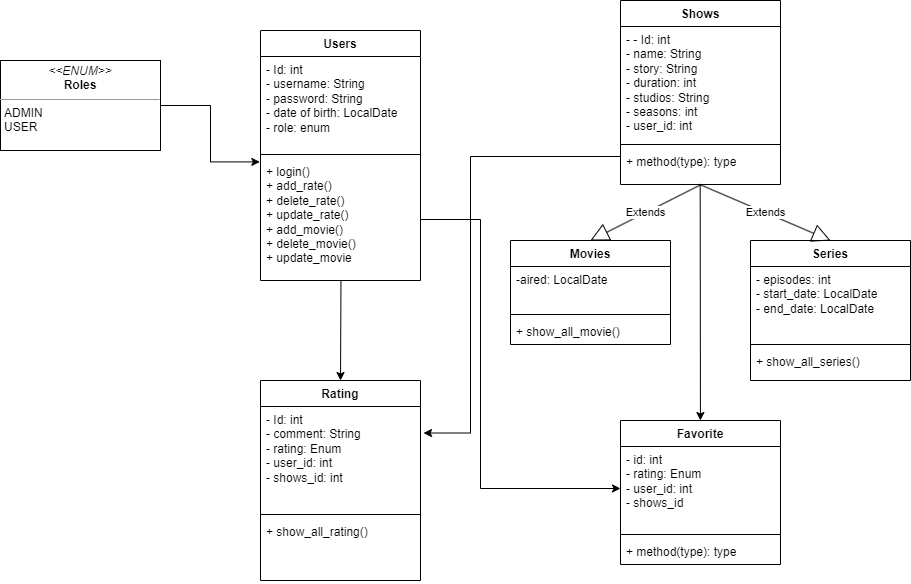
nawafaotayf/showslist-api keeps this draw.io diagram as classdiagram.png. Above is the earlier version. Source tidied: cells renumbered, new cells last; positions are measured from the earlier drawing's top-left corner, leaving out a move shared by most shapes. Its diagram source:
```xml
<mxGraphModel>
  <root>
    <mxCell id="0" />
    <mxCell id="1" parent="0" />
    <mxCell id="2" value="Users" style="swimlane;fontStyle=1;align=center;verticalAlign=top;horizontal=1;startSize=26;whiteSpace=wrap;html=1;" parent="1" vertex="1">
      <mxGeometry x="260" y="30" width="160" height="250" as="geometry" />
    </mxCell>
    <mxCell id="3" value="- Id: int&lt;br&gt;- username: String&lt;br&gt;- password: String&lt;br&gt;- date of birth: LocalDate&lt;br&gt;- role: enum" style="text;strokeColor=none;fillColor=none;align=left;verticalAlign=top;spacingLeft=4;spacingRight=4;overflow=hidden;whiteSpace=wrap;html=1;" parent="2" vertex="1">
      <mxGeometry y="26" width="160" height="94" as="geometry" />
    </mxCell>
    <mxCell id="4" style="line;strokeWidth=1;fillColor=none;align=left;verticalAlign=middle;spacingTop=-1;spacingLeft=3;spacingRight=3;labelPosition=right;strokeColor=inherit;" parent="2" vertex="1">
      <mxGeometry y="120" width="160" height="8" as="geometry" />
    </mxCell>
    <mxCell id="5" value="+ login()&lt;br&gt;+ add_rate()&lt;br&gt;+ delete_rate()&lt;br&gt;+ update_rate()&lt;br&gt;+ add_movie()&lt;br style=&quot;border-color: var(--border-color); --darkreader-inline-border: var(--darkreader-border--border-color);&quot;&gt;+ delete_movie()&lt;br style=&quot;border-color: var(--border-color); --darkreader-inline-border: var(--darkreader-border--border-color);&quot;&gt;+ update_movie" style="text;strokeColor=none;fillColor=none;align=left;verticalAlign=top;spacingLeft=4;spacingRight=4;overflow=hidden;points=[[0,0.5],[1,0.5]];portConstraint=eastwest;whiteSpace=wrap;html=1;" parent="2" vertex="1">
      <mxGeometry y="128" width="160" height="122" as="geometry" />
    </mxCell>
    <mxCell id="6" value="Rating" style="swimlane;fontStyle=1;align=center;verticalAlign=top;horizontal=1;startSize=26;whiteSpace=wrap;html=1;" parent="1" vertex="1">
      <mxGeometry x="260" y="380" width="160" height="200" as="geometry" />
    </mxCell>
    <mxCell id="7" value="- Id: int&lt;br style=&quot;border-color: var(--border-color); --darkreader-inline-border: var(--darkreader-border--border-color);&quot;&gt;- comment: String&lt;br style=&quot;border-color: var(--border-color); --darkreader-inline-border: var(--darkreader-border--border-color);&quot;&gt;- rating: Enum&lt;br style=&quot;border-color: var(--border-color); --darkreader-inline-border: var(--darkreader-border--border-color);&quot;&gt;- user_id: int&lt;br style=&quot;border-color: var(--border-color); --darkreader-inline-border: var(--darkreader-border--border-color);&quot;&gt;- shows_id: int" style="text;strokeColor=none;fillColor=none;align=left;verticalAlign=top;spacingLeft=4;spacingRight=4;overflow=hidden;points=[[0,0.5],[1,0.5]];portConstraint=eastwest;whiteSpace=wrap;html=1;" parent="6" vertex="1">
      <mxGeometry y="26" width="160" height="104" as="geometry" />
    </mxCell>
    <mxCell id="8" style="line;strokeWidth=1;fillColor=none;align=left;verticalAlign=middle;spacingTop=-1;spacingLeft=3;spacingRight=3;labelPosition=right;strokeColor=inherit;" parent="6" vertex="1">
      <mxGeometry y="130" width="160" height="8" as="geometry" />
    </mxCell>
    <mxCell id="9" value="+ show_all_rating()" style="text;strokeColor=none;fillColor=none;align=left;verticalAlign=top;spacingLeft=4;spacingRight=4;overflow=hidden;whiteSpace=wrap;html=1;" parent="6" vertex="1">
      <mxGeometry y="138" width="160" height="62" as="geometry" />
    </mxCell>
    <mxCell id="10" value="Series" style="swimlane;fontStyle=1;align=center;verticalAlign=top;horizontal=1;startSize=26;whiteSpace=wrap;html=1;" parent="1" vertex="1">
      <mxGeometry x="750" y="240" width="160" height="140" as="geometry" />
    </mxCell>
    <mxCell id="11" value="- episodes: int&lt;br&gt;- start_date: LocalDate&lt;br style=&quot;border-color: var(--border-color); --darkreader-inline-border: var(--darkreader-border--border-color);&quot;&gt;- end_date: LocalDate" style="text;strokeColor=none;fillColor=none;align=left;verticalAlign=top;spacingLeft=4;spacingRight=4;overflow=hidden;whiteSpace=wrap;html=1;" parent="10" vertex="1">
      <mxGeometry y="26" width="160" height="74" as="geometry" />
    </mxCell>
    <mxCell id="12" style="line;strokeWidth=1;fillColor=none;align=left;verticalAlign=middle;spacingTop=-1;spacingLeft=3;spacingRight=3;labelPosition=right;strokeColor=inherit;" parent="10" vertex="1">
      <mxGeometry y="100" width="160" height="8" as="geometry" />
    </mxCell>
    <mxCell id="13" value="+ show_all_series()" style="text;strokeColor=none;fillColor=none;align=left;verticalAlign=top;spacingLeft=4;spacingRight=4;overflow=hidden;whiteSpace=wrap;html=1;" parent="10" vertex="1">
      <mxGeometry y="108" width="160" height="32" as="geometry" />
    </mxCell>
    <mxCell id="14" value="Movies" style="swimlane;fontStyle=1;align=center;verticalAlign=top;horizontal=1;startSize=26;whiteSpace=wrap;html=1;" parent="1" vertex="1">
      <mxGeometry x="510" y="240" width="160" height="104" as="geometry" />
    </mxCell>
    <mxCell id="15" value="-aired: LocalDate&lt;br&gt;" style="text;strokeColor=none;fillColor=none;align=left;verticalAlign=top;spacingLeft=4;spacingRight=4;overflow=hidden;whiteSpace=wrap;html=1;" parent="14" vertex="1">
      <mxGeometry y="26" width="160" height="44" as="geometry" />
    </mxCell>
    <mxCell id="16" style="line;strokeWidth=1;fillColor=none;align=left;verticalAlign=middle;spacingTop=-1;spacingLeft=3;spacingRight=3;labelPosition=right;strokeColor=inherit;" parent="14" vertex="1">
      <mxGeometry y="70" width="160" height="8" as="geometry" />
    </mxCell>
    <mxCell id="17" value="+ show_all_movie()" style="text;strokeColor=none;fillColor=none;align=left;verticalAlign=top;spacingLeft=4;spacingRight=4;overflow=hidden;whiteSpace=wrap;html=1;" parent="14" vertex="1">
      <mxGeometry y="78" width="160" height="26" as="geometry" />
    </mxCell>
    <mxCell id="18" style="endArrow=classic;html=1;rounded=0;exitX=0.503;exitY=0.998;exitDx=0;exitDy=0;exitPerimeter=0;entryX=0.5;entryY=0;entryDx=0;entryDy=0;" parent="1" edge="1" source="5" target="6">
      <mxGeometry relative="1" as="geometry" />
    </mxCell>
    <mxCell id="19" value="&lt;p style=&quot;margin:0px;margin-top:4px;text-align:center;&quot;&gt;&lt;i&gt;&amp;lt;&amp;lt;ENUM&amp;gt;&amp;gt;&lt;/i&gt;&lt;br&gt;&lt;b&gt;Roles&lt;/b&gt;&lt;/p&gt;&lt;hr size=&quot;1&quot;&gt;&lt;p style=&quot;margin:0px;margin-left:4px;&quot;&gt;ADMIN&lt;/p&gt;&lt;p style=&quot;margin:0px;margin-left:4px;&quot;&gt;USER&lt;/p&gt;&lt;p style=&quot;margin:0px;margin-left:4px;&quot;&gt;&lt;br&gt;&lt;/p&gt;" style="verticalAlign=top;align=left;overflow=fill;fontSize=12;fontFamily=Helvetica;html=1;whiteSpace=wrap;" parent="1" vertex="1">
      <mxGeometry y="60" width="160" height="90" as="geometry" />
    </mxCell>
    <mxCell id="20" style="edgeStyle=orthogonalEdgeStyle;rounded=0;jettySize=auto;html=1;exitX=1;exitY=0.5;exitDx=0;exitDy=0;entryX=-0.004;entryY=0.028;entryDx=0;entryDy=0;entryPerimeter=0;" parent="1" edge="1" source="19" target="5">
      <mxGeometry relative="1" as="geometry" />
    </mxCell>
    <mxCell id="21" value="Favorite" style="swimlane;fontStyle=1;align=center;verticalAlign=top;horizontal=1;startSize=26;whiteSpace=wrap;html=1;" parent="1" vertex="1">
      <mxGeometry x="620" y="420" width="160" height="144" as="geometry" />
    </mxCell>
    <mxCell id="22" value="- id: int&lt;br&gt;- rating: Enum&lt;br&gt;- user_id: int&lt;br&gt;- shows_id" style="text;strokeColor=none;fillColor=none;align=left;verticalAlign=top;spacingLeft=4;spacingRight=4;overflow=hidden;points=[[0,0.5],[1,0.5]];portConstraint=eastwest;whiteSpace=wrap;html=1;" parent="21" vertex="1">
      <mxGeometry y="26" width="160" height="84" as="geometry" />
    </mxCell>
    <mxCell id="23" style="line;strokeWidth=1;fillColor=none;align=left;verticalAlign=middle;spacingTop=-1;spacingLeft=3;spacingRight=3;labelPosition=right;strokeColor=inherit;" parent="21" vertex="1">
      <mxGeometry y="110" width="160" height="8" as="geometry" />
    </mxCell>
    <mxCell id="24" value="+ method(type): type" style="text;strokeColor=none;fillColor=none;align=left;verticalAlign=top;spacingLeft=4;spacingRight=4;overflow=hidden;whiteSpace=wrap;html=1;" parent="21" vertex="1">
      <mxGeometry y="118" width="160" height="26" as="geometry" />
    </mxCell>
    <mxCell id="25" value="Shows" style="swimlane;fontStyle=1;align=center;verticalAlign=top;horizontal=1;startSize=26;whiteSpace=wrap;html=1;" parent="1" vertex="1">
      <mxGeometry x="620" width="160" height="184" as="geometry" />
    </mxCell>
    <mxCell id="26" value="- - Id: int&lt;br style=&quot;border-color: var(--border-color); --darkreader-inline-border: var(--darkreader-border--border-color);&quot;&gt;- name: String&lt;br style=&quot;border-color: var(--border-color); --darkreader-inline-border: var(--darkreader-border--border-color);&quot;&gt;- story: String&lt;br style=&quot;border-color: var(--darkreader-border--border-color); --darkreader-inline-border: var(--darkreader-border--darkreader-border--border-color);&quot;&gt;- duration: int&lt;br style=&quot;border-color: var(--border-color); --darkreader-inline-border: var(--darkreader-border--border-color);&quot;&gt;- studios: String&lt;br style=&quot;border-color: var(--darkreader-border--border-color); --darkreader-inline-border: var(--darkreader-border--darkreader-border--border-color);&quot;&gt;- seasons: int&lt;br&gt;- user_id: int" style="text;strokeColor=none;fillColor=none;align=left;verticalAlign=top;spacingLeft=4;spacingRight=4;overflow=hidden;whiteSpace=wrap;html=1;" parent="25" vertex="1">
      <mxGeometry y="26" width="160" height="114" as="geometry" />
    </mxCell>
    <mxCell id="27" style="line;strokeWidth=1;fillColor=none;align=left;verticalAlign=middle;spacingTop=-1;spacingLeft=3;spacingRight=3;labelPosition=right;strokeColor=inherit;" parent="25" vertex="1">
      <mxGeometry y="140" width="160" height="8" as="geometry" />
    </mxCell>
    <mxCell id="28" value="+ method(type): type" style="text;strokeColor=none;fillColor=none;align=left;verticalAlign=top;spacingLeft=4;spacingRight=4;overflow=hidden;points=[[0,0.5],[1,0.5]];portConstraint=eastwest;whiteSpace=wrap;html=1;" parent="25" vertex="1">
      <mxGeometry y="148" width="160" height="36" as="geometry" />
    </mxCell>
    <mxCell id="29" value="Extends" style="endArrow=block;endSize=16;endFill=0;html=1;rounded=0;exitX=0.502;exitY=1.005;exitDx=0;exitDy=0;exitPerimeter=0;entryX=0.5;entryY=0;entryDx=0;entryDy=0;" parent="1" edge="1" source="28" target="14">
      <mxGeometry relative="1" as="geometry" />
    </mxCell>
    <mxCell id="30" value="Extends" style="endArrow=block;endSize=16;endFill=0;html=1;rounded=0;exitX=0.498;exitY=1.005;exitDx=0;exitDy=0;exitPerimeter=0;entryX=0.5;entryY=0;entryDx=0;entryDy=0;" parent="1" edge="1" source="28" target="10">
      <mxGeometry relative="1" as="geometry" />
    </mxCell>
    <mxCell id="31" style="edgeStyle=orthogonalEdgeStyle;rounded=0;jettySize=auto;html=1;exitX=0;exitY=0.5;exitDx=0;exitDy=0;entryX=1.019;entryY=0.255;entryDx=0;entryDy=0;entryPerimeter=0;" parent="1" edge="1" source="28" target="7">
      <mxGeometry relative="1" as="geometry">
        <Array as="points">
          <mxPoint x="470" y="156" />
          <mxPoint x="470" y="432" />
        </Array>
      </mxGeometry>
    </mxCell>
    <mxCell id="32" style="endArrow=classic;html=1;rounded=0;exitX=0.498;exitY=1.005;exitDx=0;exitDy=0;exitPerimeter=0;" parent="1" edge="1" source="28" target="21">
      <mxGeometry relative="1" as="geometry" />
    </mxCell>
    <mxCell id="33" style="edgeStyle=orthogonalEdgeStyle;rounded=0;jettySize=auto;html=1;exitX=1;exitY=0.5;exitDx=0;exitDy=0;" parent="1" edge="1" source="5" target="22">
      <mxGeometry relative="1" as="geometry">
        <Array as="points">
          <mxPoint x="480" y="219" />
          <mxPoint x="480" y="488" />
        </Array>
      </mxGeometry>
    </mxCell>
  </root>
</mxGraphModel>
```
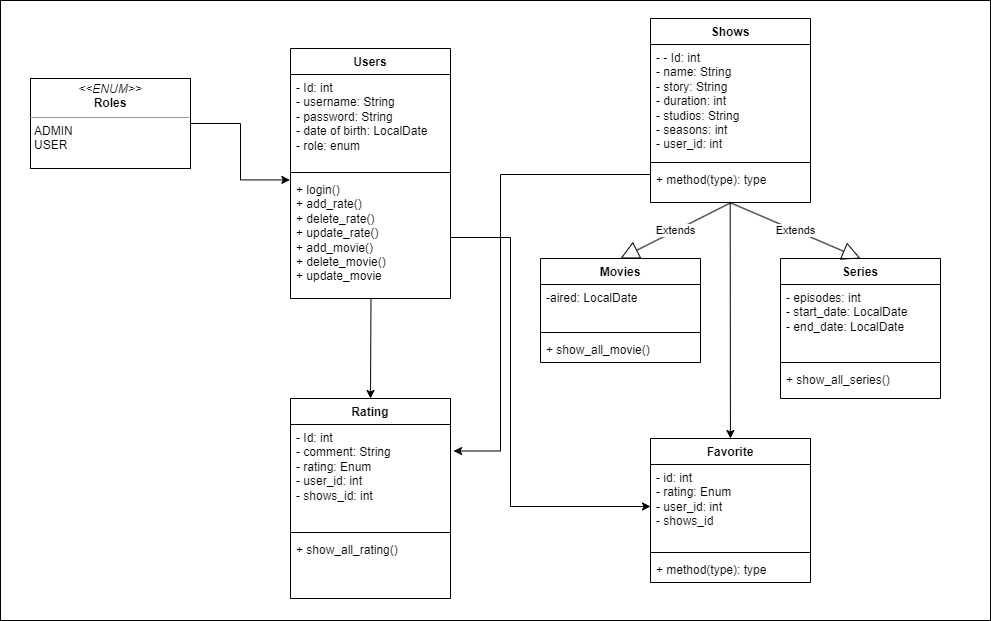
The same diagram one commit later.

Change to the diagram source:
```diff
@@ -2,6 +2,9 @@
   <root>
     <mxCell id="0" />
     <mxCell id="1" parent="0" />
+    <mxCell id="34" style="rounded=0;whiteSpace=wrap;html=1;" parent="1" vertex="1">
+      <mxGeometry x="-30" y="-18" width="990" height="620" as="geometry" />
+    </mxCell>
     <mxCell id="2" value="Users" style="swimlane;fontStyle=1;align=center;verticalAlign=top;horizontal=1;startSize=26;whiteSpace=wrap;html=1;" parent="1" vertex="1">
       <mxGeometry x="260" y="30" width="160" height="250" as="geometry" />
     </mxCell>
```
